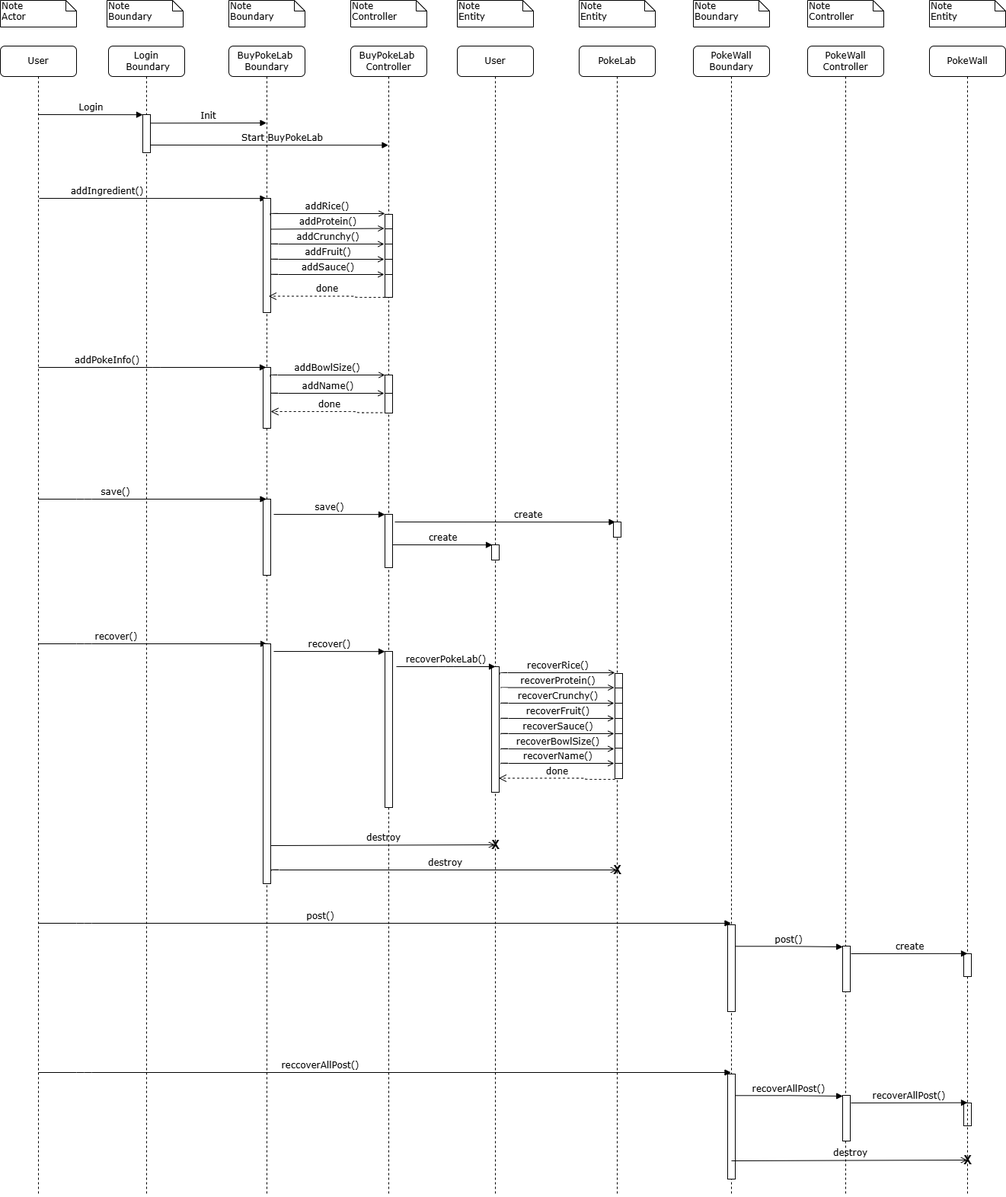
Above: diagrams/SequenceDiagram.drawio.png in matteopinfildi/YourPoke-ISPWProject (draw.io), before the change. Source tidied: cells renumbered, new cells last; positions are measured from the earlier drawing's top-left corner, leaving out a move shared by most shapes.
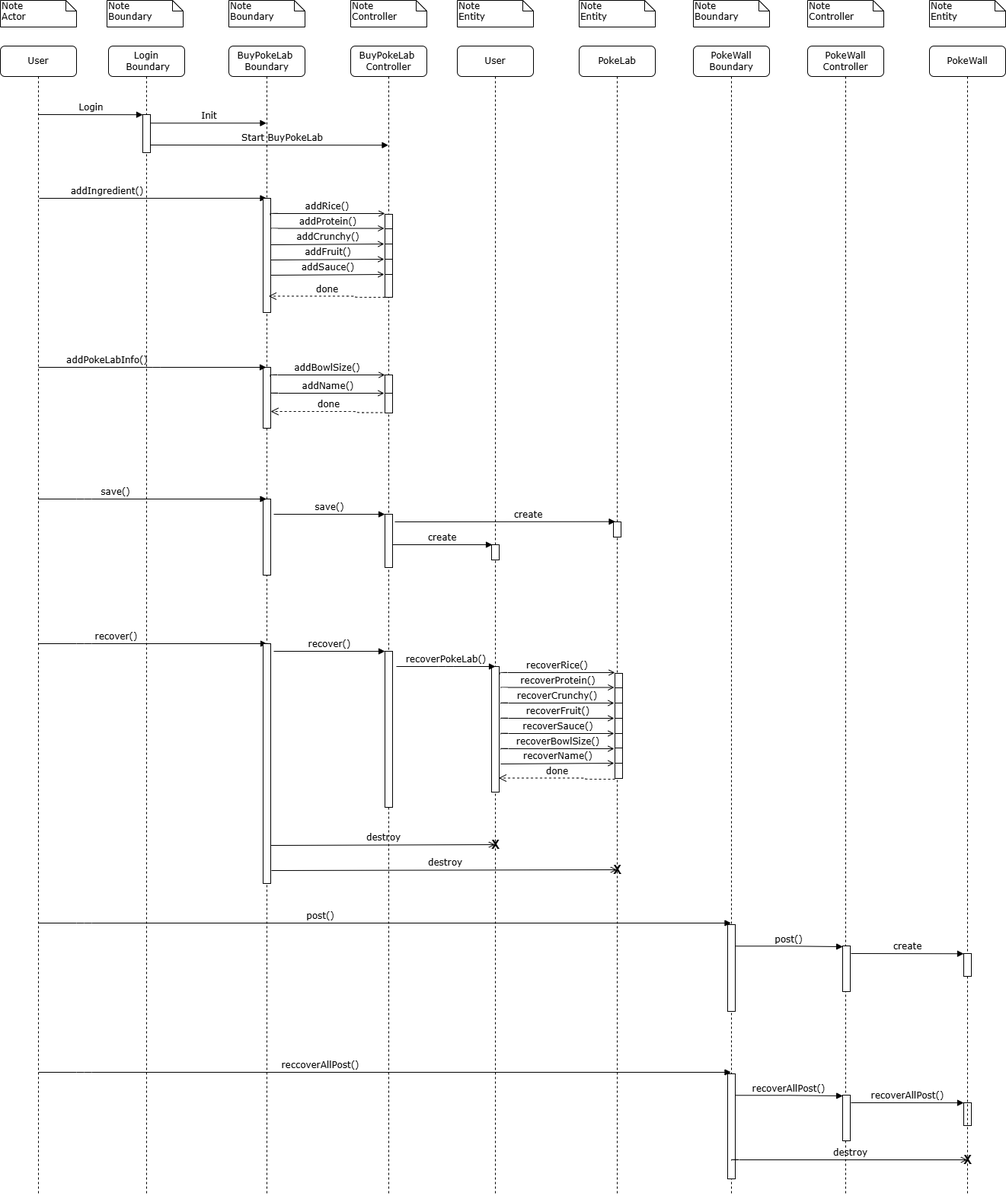
After the commit.

Change to the diagram source:
```diff
@@ -439,7 +439,7 @@
         </Array>
       </mxGeometry>
     </mxCell>
-    <mxCell id="89" value="addPokeInfo()" style="html=1;verticalAlign=bottom;endArrow=block;labelBackgroundColor=none;fontFamily=Verdana;fontSize=12;edgeStyle=elbowEdgeStyle;elbow=horizontal;" parent="1" edge="1">
+    <mxCell id="89" value="addPokeLabInfo()" style="html=1;verticalAlign=bottom;endArrow=block;labelBackgroundColor=none;fontFamily=Verdana;fontSize=12;edgeStyle=elbowEdgeStyle;elbow=horizontal;" parent="1" edge="1">
       <mxGeometry x="-0.4" relative="1" as="geometry">
         <mxPoint x="50" y="482" as="sourcePoint" />
         <mxPoint x="349" y="482" as="targetPoint" />
```
